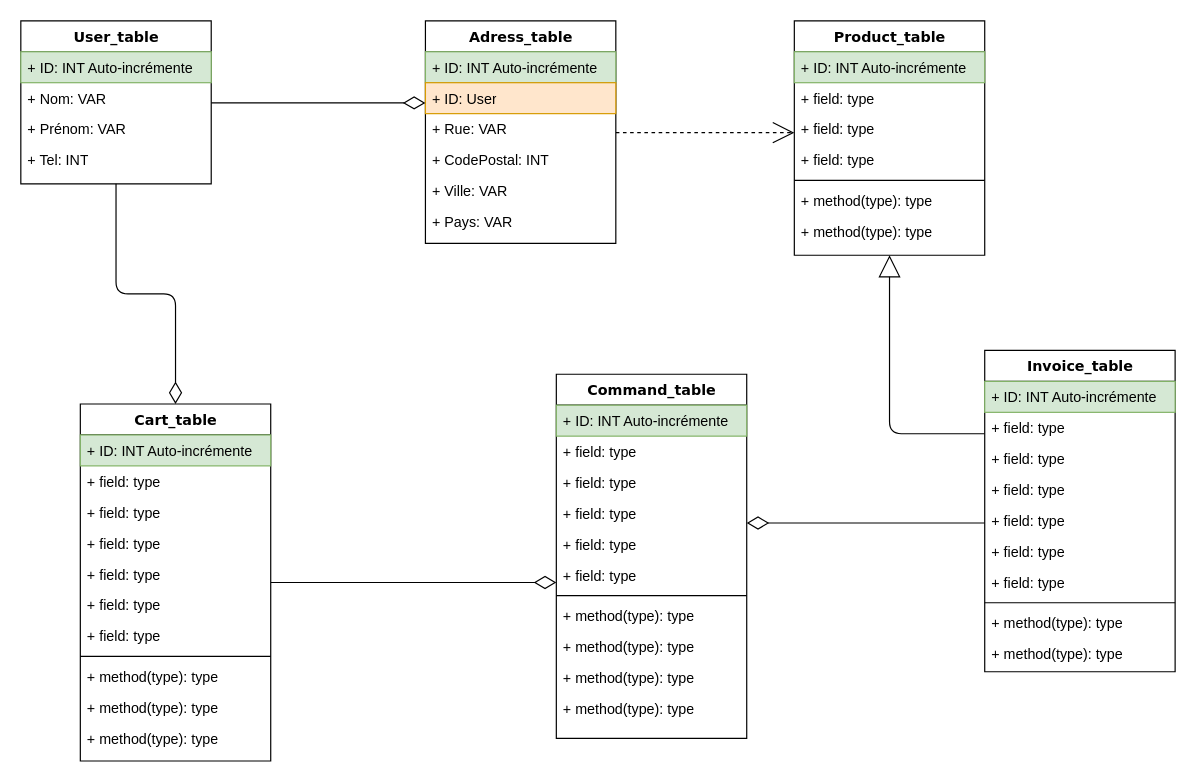
Before: E-commerce.drawio in net2315/e-commerce-SQL, a draw.io diagram. Source tidied: cells renumbered, new cells numbered last; positions are measured from the earlier drawing's top-left corner, leaving out a move shared by most shapes. Both pictures are drawn from the tidied source at 119%, with x=0, y=0 at pixel (20, 20).
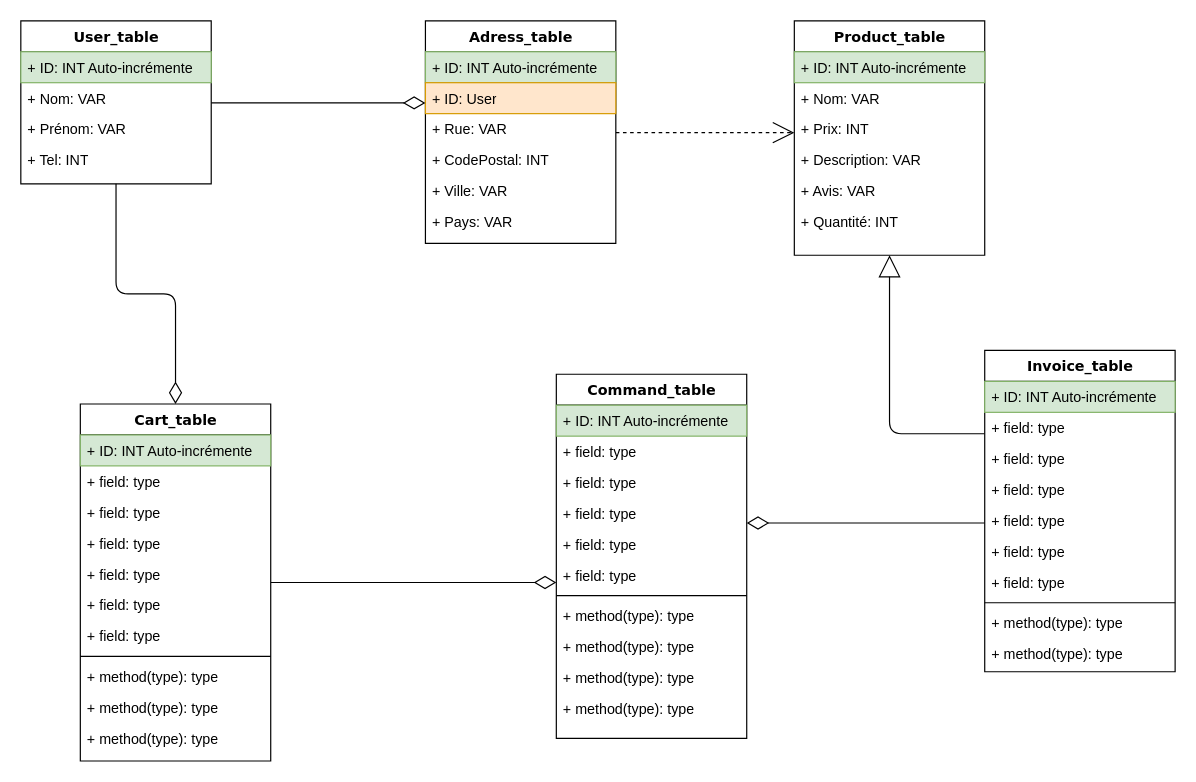
After the change.

Commit message:
Mettre à jour Product

Unchanged cells that the change refers to:
```xml
<mxCell id="16" value="Product_table" style="swimlane;html=1;fontStyle=1;align=center;verticalAlign=top;horizontal=1;startSize=26;swimlaneFillColor=#ffffff;rounded=0;shadow=0;comic=0;labelBackgroundColor=none;strokeWidth=1;fillColor=none;fontFamily=Verdana;fontSize=12;" parent="1" vertex="1">
  <mxGeometry x="650" width="160" height="197" as="geometry" />
</mxCell>
```

Change to the diagram source:
```diff
@@
-    <mxCell id="18" value="+ field: type" style="text;html=1;strokeColor=none;fillColor=none;align=left;verticalAlign=top;spacingLeft=4;spacingRight=4;whiteSpace=wrap;overflow=hidden;" parent="16" vertex="1">
+    <mxCell id="18" value="+ Nom: VAR" style="text;html=1;strokeColor=none;fillColor=none;align=left;verticalAlign=top;spacingLeft=4;spacingRight=4;whiteSpace=wrap;overflow=hidden;" parent="16" vertex="1">
       <mxGeometry y="52" width="160" height="26" as="geometry" />
     </mxCell>
-    <mxCell id="19" value="+ field: type" style="text;html=1;strokeColor=none;fillColor=none;align=left;verticalAlign=top;spacingLeft=4;spacingRight=4;whiteSpace=wrap;overflow=hidden;" parent="16" vertex="1">
+    <mxCell id="19" value="+ Prix: INT" style="text;html=1;strokeColor=none;fillColor=none;align=left;verticalAlign=top;spacingLeft=4;spacingRight=4;whiteSpace=wrap;overflow=hidden;" parent="16" vertex="1">
       <mxGeometry y="78" width="160" height="26" as="geometry" />
     </mxCell>
-    <mxCell id="20" value="+ field: type" style="text;html=1;strokeColor=none;fillColor=none;align=left;verticalAlign=top;spacingLeft=4;spacingRight=4;whiteSpace=wrap;overflow=hidden;" parent="16" vertex="1">
+    <mxCell id="20" value="+ Description: VAR" style="text;html=1;strokeColor=none;fillColor=none;align=left;verticalAlign=top;spacingLeft=4;spacingRight=4;whiteSpace=wrap;overflow=hidden;" parent="16" vertex="1">
       <mxGeometry y="104" width="160" height="26" as="geometry" />
     </mxCell>
-    <mxCell id="21" style="line;html=1;strokeWidth=1;fillColor=none;align=left;verticalAlign=middle;spacingTop=-1;spacingLeft=3;spacingRight=3;labelPosition=right;" parent="16" vertex="1">
-      <mxGeometry y="130" width="160" height="8" as="geometry" />
-    </mxCell>
-    <mxCell id="22" value="+ method(type): type" style="text;html=1;strokeColor=none;fillColor=none;align=left;verticalAlign=top;spacingLeft=4;spacingRight=4;whiteSpace=wrap;overflow=hidden;" parent="16" vertex="1">
-      <mxGeometry y="138" width="160" height="26" as="geometry" />
-    </mxCell>
-    <mxCell id="23" value="+ method(type): type" style="text;html=1;strokeColor=none;fillColor=none;align=left;verticalAlign=top;spacingLeft=4;spacingRight=4;whiteSpace=wrap;overflow=hidden;" parent="16" vertex="1">
-      <mxGeometry y="164" width="160" height="26" as="geometry" />
-    </mxCell>
+    <mxCell id="63" value="+ Avis: VAR" style="text;html=1;strokeColor=none;fillColor=none;align=left;verticalAlign=top;spacingLeft=4;spacingRight=4;whiteSpace=wrap;overflow=hidden;" parent="16" vertex="1">
+      <mxGeometry y="130" width="160" height="26" as="geometry" />
+    </mxCell>
+    <mxCell id="64" value="+ Quantité: INT" style="text;html=1;strokeColor=none;fillColor=none;align=left;verticalAlign=top;spacingLeft=4;spacingRight=4;whiteSpace=wrap;overflow=hidden;" parent="16" vertex="1">
+      <mxGeometry y="156" width="160" height="26" as="geometry" />
+    </mxCell>
```
